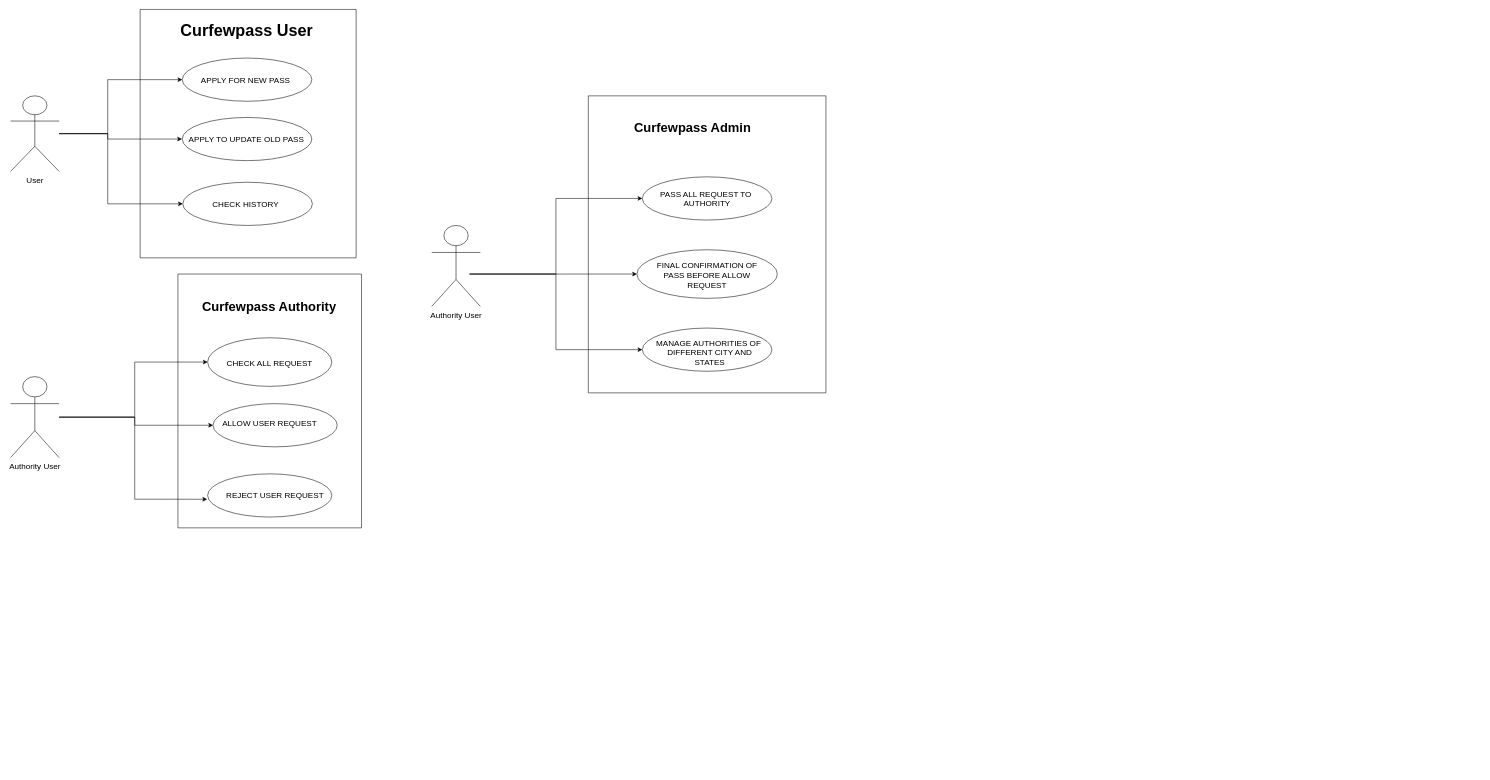
The draw.io diagram curfewpass-use-case-model.drawio in rahulvermafreelancer/curfewpass-django, before the edit. Source tidied: cells renumbered, new cells numbered last; positions are measured from the earlier drawing's top-left corner, leaving out a move shared by most shapes. Both pictures are drawn from the tidied source at 54%, with x=0, y=0 at pixel (10, 9).
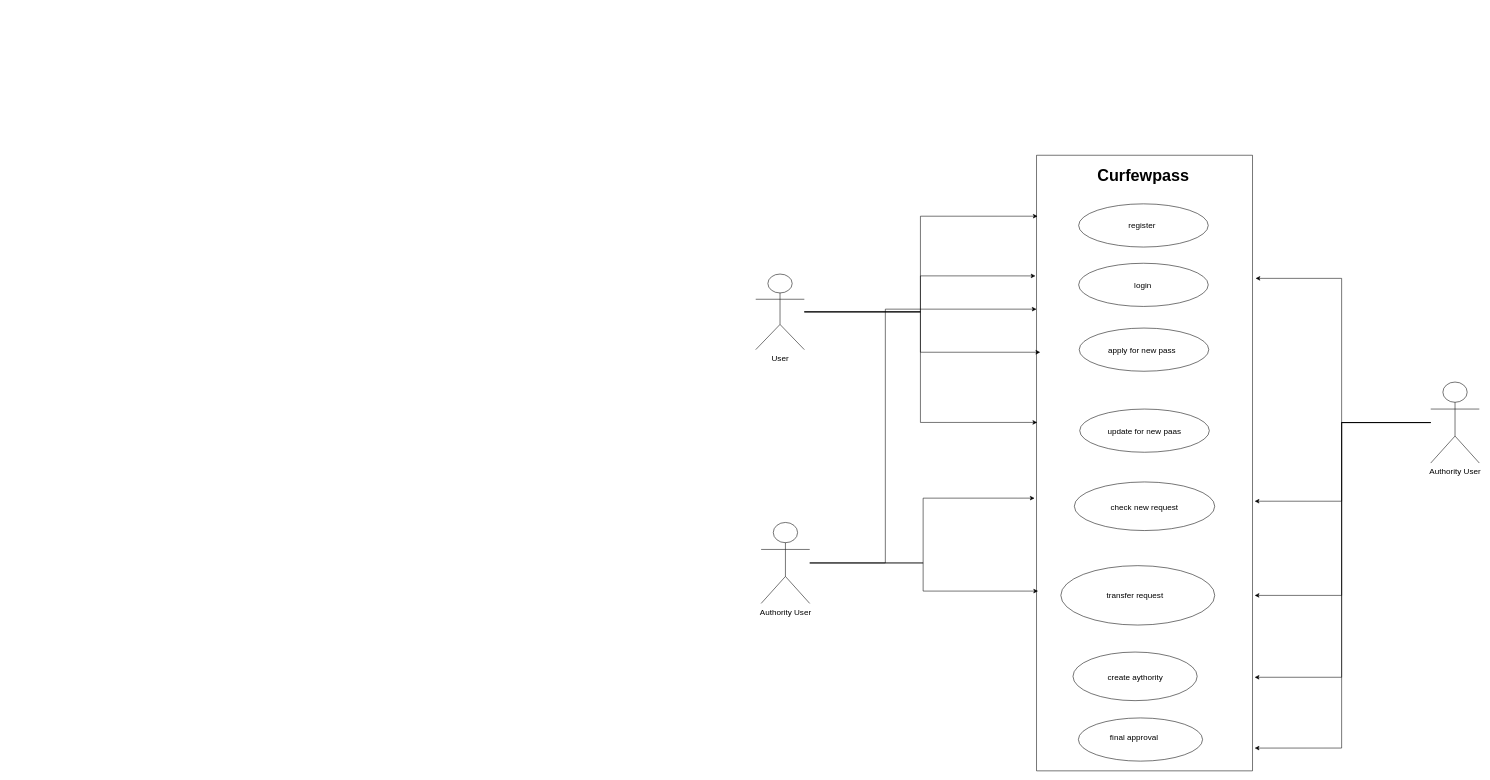
Above is the later version.

Unchanged cells that the change refers to:
```xml
<mxCell id="8" style="ellipse;whiteSpace=wrap;html=1;fontSize=15;" parent="6" vertex="1">
  <mxGeometry x="78" y="90" width="240" height="80" as="geometry" />
</mxCell>
<mxCell id="10" style="ellipse;whiteSpace=wrap;html=1;fontSize=15;" parent="6" vertex="1">
  <mxGeometry x="79" y="320" width="240" height="80" as="geometry" />
</mxCell>
```

Change to the diagram source:
```diff
@@
-    <mxCell id="2" style="edgeStyle=orthogonalEdgeStyle;rounded=0;jettySize=auto;html=1;fontSize=15;entryX=0;entryY=0.5;entryDx=0;entryDy=0;" parent="1" edge="1" source="5" target="8">
-      <mxGeometry relative="1" as="geometry">
-        <Array as="points">
-          <mxPoint x="180" y="230" />
-          <mxPoint x="180" y="130" />
-        </Array>
-      </mxGeometry>
-    </mxCell>
-    <mxCell id="3" style="edgeStyle=orthogonalEdgeStyle;rounded=0;jettySize=auto;html=1;fontSize=15;" parent="1" edge="1" source="5" target="12">
-      <mxGeometry relative="1" as="geometry">
-        <Array as="points">
-          <mxPoint x="180" y="230" />
-          <mxPoint x="180" y="240" />
-        </Array>
-      </mxGeometry>
-    </mxCell>
-    <mxCell id="4" style="edgeStyle=orthogonalEdgeStyle;rounded=0;jettySize=auto;html=1;fontSize=15;entryX=0;entryY=0.5;entryDx=0;entryDy=0;" parent="1" edge="1" source="5" target="10">
-      <mxGeometry relative="1" as="geometry">
-        <Array as="points">
-          <mxPoint x="180" y="230" />
-          <mxPoint x="180" y="360" />
-        </Array>
-      </mxGeometry>
-    </mxCell>
+    <mxCell id="39" style="edgeStyle=orthogonalEdgeStyle;rounded=0;jettySize=auto;html=1;entryX=0.005;entryY=0.099;entryDx=0;entryDy=0;entryPerimeter=0;" parent="1" edge="1" source="5" target="6">
+      <mxGeometry relative="1" as="geometry" />
+    </mxCell>
+    <mxCell id="40" style="edgeStyle=orthogonalEdgeStyle;rounded=0;jettySize=auto;html=1;entryX=-0.005;entryY=0.196;entryDx=0;entryDy=0;entryPerimeter=0;" parent="1" edge="1" source="5" target="6">
+      <mxGeometry relative="1" as="geometry" />
+    </mxCell>
+    <mxCell id="41" style="edgeStyle=orthogonalEdgeStyle;rounded=0;jettySize=auto;html=1;entryX=0.017;entryY=0.32;entryDx=0;entryDy=0;entryPerimeter=0;" parent="1" edge="1" source="5" target="6">
+      <mxGeometry relative="1" as="geometry" />
+    </mxCell>
+    <mxCell id="42" style="edgeStyle=orthogonalEdgeStyle;rounded=0;jettySize=auto;html=1;entryX=0.003;entryY=0.434;entryDx=0;entryDy=0;entryPerimeter=0;" parent="1" edge="1" source="5" target="6">
+      <mxGeometry relative="1" as="geometry" />
+    </mxCell>
     <mxCell id="5" value="&lt;div style=&quot;text-align: justify&quot;&gt;&lt;span style=&quot;font-size: 15px&quot;&gt;User&lt;/span&gt;&lt;/div&gt;" style="shape=umlActor;verticalLabelPosition=bottom;verticalAlign=top;html=1;outlineConnect=0;" parent="1" vertex="1">
-      <mxGeometry y="160" width="90" height="140" as="geometry" />
+      <mxGeometry x="1380" y="490" width="90" height="140" as="geometry" />
     </mxCell>
     <mxCell id="6" style="swimlane;startSize=0;fontSize=15;" parent="1" vertex="1">
-      <mxGeometry x="240" width="400" height="460" as="geometry" />
+      <mxGeometry x="1900" y="270" width="400" height="1140" as="geometry" />
     </mxCell>
-    <mxCell id="7" value="&lt;h1&gt;Curfewpass User&lt;/h1&gt;" style="text;html=1;strokeColor=none;fillColor=none;spacing=5;spacingTop=-20;whiteSpace=wrap;overflow=hidden;rounded=0;fontSize=15;" parent="6" vertex="1">
-      <mxGeometry x="70" y="11" width="330" height="60" as="geometry" />
+    <mxCell id="7" value="&lt;h1&gt;Curfewpass&lt;/h1&gt;" style="text;html=1;strokeColor=none;fillColor=none;spacing=5;spacingTop=-20;whiteSpace=wrap;overflow=hidden;rounded=0;fontSize=15;" parent="6" vertex="1">
+      <mxGeometry x="107.5" y="11" width="202.5" height="60" as="geometry" />
     </mxCell>
@@
-    <mxCell id="11" value="APPLY FOR NEW PASS" style="text;html=1;strokeColor=none;fillColor=none;align=center;verticalAlign=middle;whiteSpace=wrap;rounded=0;fontSize=15;" parent="6" vertex="1">
+    <mxCell id="11" value="register" style="text;html=1;strokeColor=none;fillColor=none;align=center;verticalAlign=middle;whiteSpace=wrap;rounded=0;fontSize=15;" parent="6" vertex="1">
       <mxGeometry x="107.5" y="115" width="175" height="30" as="geometry" />
     </mxCell>
-    <mxCell id="12" value="APPLY TO UPDATE OLD PASS" style="text;html=1;strokeColor=none;fillColor=none;align=center;verticalAlign=middle;whiteSpace=wrap;rounded=0;fontSize=15;" parent="6" vertex="1">
+    <mxCell id="12" value="login" style="text;html=1;strokeColor=none;fillColor=none;align=center;verticalAlign=middle;whiteSpace=wrap;rounded=0;fontSize=15;" parent="6" vertex="1">
       <mxGeometry x="77.5" y="225" width="237.5" height="30" as="geometry" />
     </mxCell>
-    <mxCell id="13" value="CHECK HISTORY" style="text;html=1;strokeColor=none;fillColor=none;align=center;verticalAlign=middle;whiteSpace=wrap;rounded=0;fontSize=15;" parent="6" vertex="1">
+    <mxCell id="13" value="apply for new pass" style="text;html=1;strokeColor=none;fillColor=none;align=center;verticalAlign=middle;whiteSpace=wrap;rounded=0;fontSize=15;" parent="6" vertex="1">
       <mxGeometry x="122.5" y="345" width="145" height="30" as="geometry" />
     </mxCell>
-    <mxCell id="14" style="edgeStyle=orthogonalEdgeStyle;rounded=0;jettySize=auto;html=1;fontSize=12;entryX=0;entryY=0.5;entryDx=0;entryDy=0;" parent="1" edge="1" source="17" target="19">
-      <mxGeometry relative="1" as="geometry">
-        <Array as="points">
-          <mxPoint x="230" y="755" />
-          <mxPoint x="230" y="653" />
-        </Array>
-      </mxGeometry>
-    </mxCell>
-    <mxCell id="15" style="edgeStyle=orthogonalEdgeStyle;rounded=0;jettySize=auto;html=1;fontSize=12;entryX=0;entryY=0.5;entryDx=0;entryDy=0;" parent="1" edge="1" source="17" target="21">
-      <mxGeometry relative="1" as="geometry">
-        <Array as="points">
-          <mxPoint x="230" y="755" />
-          <mxPoint x="230" y="770" />
-        </Array>
-      </mxGeometry>
-    </mxCell>
-    <mxCell id="16" style="edgeStyle=orthogonalEdgeStyle;rounded=0;jettySize=auto;html=1;entryX=-0.004;entryY=0.588;entryDx=0;entryDy=0;entryPerimeter=0;fontSize=12;" parent="1" edge="1" source="17" target="20">
-      <mxGeometry relative="1" as="geometry">
-        <Array as="points">
-          <mxPoint x="230" y="755" />
-          <mxPoint x="230" y="907" />
-        </Array>
-      </mxGeometry>
-    </mxCell>
-    <mxCell id="17" value="Authority User" style="shape=umlActor;verticalLabelPosition=bottom;verticalAlign=top;html=1;outlineConnect=0;fontSize=15;" parent="1" vertex="1">
-      <mxGeometry y="680" width="90" height="150" as="geometry" />
-    </mxCell>
-    <mxCell id="18" style="swimlane;startSize=0;fontSize=15;" parent="1" vertex="1">
-      <mxGeometry x="310" y="490" width="340" height="470" as="geometry" />
-    </mxCell>
+    <mxCell id="31" style="ellipse;whiteSpace=wrap;html=1;fontSize=15;" parent="6" vertex="1">
+      <mxGeometry x="80" y="470" width="240" height="80" as="geometry" />
+    </mxCell>
+    <mxCell id="32" style="ellipse;whiteSpace=wrap;html=1;fontSize=15;" parent="6" vertex="1">
+      <mxGeometry x="70" y="605" width="260" height="90" as="geometry" />
+    </mxCell>
+    <mxCell id="35" value="update for new paas" style="text;html=1;strokeColor=none;fillColor=none;align=center;verticalAlign=middle;whiteSpace=wrap;rounded=0;fontSize=15;" parent="6" vertex="1">
+      <mxGeometry x="95" y="482.5" width="210" height="55" as="geometry" />
+    </mxCell>
+    <mxCell id="36" value="check new request" style="text;html=1;strokeColor=none;fillColor=none;align=center;verticalAlign=middle;whiteSpace=wrap;rounded=0;fontSize=15;" parent="6" vertex="1">
+      <mxGeometry x="95" y="623" width="210" height="57" as="geometry" />
+    </mxCell>
+    <mxCell id="33" style="ellipse;whiteSpace=wrap;html=1;fontSize=15;" parent="6" vertex="1">
+      <mxGeometry x="45" y="760" width="285" height="110" as="geometry" />
+    </mxCell>
+    <mxCell id="37" value="transfer request" style="text;html=1;strokeColor=none;fillColor=none;align=center;verticalAlign=middle;whiteSpace=wrap;rounded=0;fontSize=15;" parent="6" vertex="1">
+      <mxGeometry x="60" y="800" width="245" height="30" as="geometry" />
+    </mxCell>
-    <mxCell id="19" style="ellipse;whiteSpace=wrap;html=1;fontSize=15;" parent="18" vertex="1">
-      <mxGeometry x="55" y="118" width="230" height="90" as="geometry" />
+    <mxCell id="19" style="ellipse;whiteSpace=wrap;html=1;fontSize=15;" parent="6" vertex="1">
+      <mxGeometry x="67.5" y="920" width="230" height="90" as="geometry" />
     </mxCell>
-    <mxCell id="20" style="ellipse;whiteSpace=wrap;html=1;fontSize=15;" parent="18" vertex="1">
-      <mxGeometry x="55" y="370" width="230" height="80" as="geometry" />
-    </mxCell>
-    <mxCell id="21" style="ellipse;whiteSpace=wrap;html=1;fontSize=15;" parent="18" vertex="1">
-      <mxGeometry x="65" y="240" width="230" height="80" as="geometry" />
+    <mxCell id="21" style="ellipse;whiteSpace=wrap;html=1;fontSize=15;" parent="6" vertex="1">
+      <mxGeometry x="77.5" y="1042" width="230" height="80" as="geometry" />
     </mxCell>
-    <mxCell id="22" value="&lt;h1&gt;&lt;font style=&quot;font-size: 24px&quot;&gt;Curfewpass Authority&lt;/font&gt;&lt;/h1&gt;" style="text;html=1;strokeColor=none;fillColor=none;spacing=5;spacingTop=-20;whiteSpace=wrap;overflow=hidden;rounded=0;fontSize=15;" parent="18" vertex="1">
-      <mxGeometry x="40" y="30" width="330" height="80" as="geometry" />
-    </mxCell>
-    <mxCell id="23" value="CHECK ALL REQUEST" style="text;html=1;strokeColor=none;fillColor=none;align=center;verticalAlign=middle;whiteSpace=wrap;rounded=0;fontSize=15;" parent="18" vertex="1">
-      <mxGeometry x="65" y="150" width="210" height="30" as="geometry" />
+    <mxCell id="23" value="create aythority" style="text;html=1;strokeColor=none;fillColor=none;align=center;verticalAlign=middle;whiteSpace=wrap;rounded=0;fontSize=15;" parent="6" vertex="1">
+      <mxGeometry x="77.5" y="952" width="210" height="30" as="geometry" />
     </mxCell>
-    <mxCell id="24" value="ALLOW USER REQUEST" style="text;html=1;strokeColor=none;fillColor=none;align=center;verticalAlign=middle;whiteSpace=wrap;rounded=0;fontSize=15;" parent="18" vertex="1">
-      <mxGeometry x="65" y="260" width="210" height="30" as="geometry" />
+    <mxCell id="24" value="final approval&amp;nbsp;" style="text;html=1;strokeColor=none;fillColor=none;align=center;verticalAlign=middle;whiteSpace=wrap;rounded=0;fontSize=15;" parent="6" vertex="1">
+      <mxGeometry x="77.5" y="1062" width="210" height="30" as="geometry" />
     </mxCell>
-    <mxCell id="25" value="REJECT USER REQUEST" style="text;html=1;strokeColor=none;fillColor=none;align=center;verticalAlign=middle;whiteSpace=wrap;rounded=0;fontSize=15;" parent="18" vertex="1">
-      <mxGeometry x="75" y="395" width="210" height="30" as="geometry" />
-    </mxCell>
-    <mxCell id="26" style="edgeStyle=orthogonalEdgeStyle;rounded=0;jettySize=auto;html=1;entryX=0;entryY=0.5;entryDx=0;entryDy=0;fontSize=12;" parent="1" edge="1" target="31">
-      <mxGeometry relative="1" as="geometry">
-        <mxPoint x="850" y="490" as="sourcePoint" />
-        <Array as="points">
-          <mxPoint x="1010" y="490" />
-          <mxPoint x="1010" y="350" />
-        </Array>
-      </mxGeometry>
-    </mxCell>
-    <mxCell id="27" style="edgeStyle=orthogonalEdgeStyle;rounded=0;jettySize=auto;html=1;fontSize=12;entryX=0;entryY=0.5;entryDx=0;entryDy=0;" parent="1" edge="1" target="32">
-      <mxGeometry relative="1" as="geometry">
-        <mxPoint x="850" y="490" as="sourcePoint" />
-        <Array as="points">
-          <mxPoint x="1020" y="490" />
-          <mxPoint x="1020" y="490" />
-        </Array>
-      </mxGeometry>
-    </mxCell>
-    <mxCell id="28" style="edgeStyle=orthogonalEdgeStyle;rounded=0;jettySize=auto;html=1;entryX=0;entryY=0.5;entryDx=0;entryDy=0;fontSize=12;" parent="1" edge="1" target="33">
-      <mxGeometry relative="1" as="geometry">
-        <mxPoint x="850" y="490" as="sourcePoint" />
-        <Array as="points">
-          <mxPoint x="1010" y="490" />
-          <mxPoint x="1010" y="630" />
-        </Array>
-      </mxGeometry>
-    </mxCell>
+    <mxCell id="43" style="edgeStyle=orthogonalEdgeStyle;rounded=0;jettySize=auto;html=1;entryX=-0.009;entryY=0.557;entryDx=0;entryDy=0;entryPerimeter=0;" parent="1" edge="1" source="17" target="6">
+      <mxGeometry relative="1" as="geometry" />
+    </mxCell>
+    <mxCell id="44" style="edgeStyle=orthogonalEdgeStyle;rounded=0;jettySize=auto;html=1;entryX=0.007;entryY=0.708;entryDx=0;entryDy=0;entryPerimeter=0;" parent="1" edge="1" source="17" target="6">
+      <mxGeometry relative="1" as="geometry" />
+    </mxCell>
+    <mxCell id="45" style="edgeStyle=orthogonalEdgeStyle;rounded=0;jettySize=auto;html=1;entryX=0;entryY=0.25;entryDx=0;entryDy=0;" parent="1" edge="1" source="17" target="6">
+      <mxGeometry relative="1" as="geometry">
+        <Array as="points">
+          <mxPoint x="1620" y="1025" />
+          <mxPoint x="1620" y="555" />
+        </Array>
+      </mxGeometry>
+    </mxCell>
+    <mxCell id="17" value="Authority User" style="shape=umlActor;verticalLabelPosition=bottom;verticalAlign=top;html=1;outlineConnect=0;fontSize=15;" parent="1" vertex="1">
+      <mxGeometry x="1390" y="950" width="90" height="150" as="geometry" />
+    </mxCell>
+    <mxCell id="46" style="edgeStyle=orthogonalEdgeStyle;rounded=0;jettySize=auto;html=1;entryX=1.014;entryY=0.2;entryDx=0;entryDy=0;entryPerimeter=0;" parent="1" edge="1" source="29" target="6">
+      <mxGeometry relative="1" as="geometry" />
+    </mxCell>
+    <mxCell id="47" style="edgeStyle=orthogonalEdgeStyle;rounded=0;jettySize=auto;html=1;entryX=1.01;entryY=0.562;entryDx=0;entryDy=0;entryPerimeter=0;" parent="1" edge="1" source="29" target="6">
+      <mxGeometry relative="1" as="geometry" />
+    </mxCell>
+    <mxCell id="48" style="edgeStyle=orthogonalEdgeStyle;rounded=0;jettySize=auto;html=1;entryX=1.01;entryY=0.715;entryDx=0;entryDy=0;entryPerimeter=0;" parent="1" edge="1" source="29" target="6">
+      <mxGeometry relative="1" as="geometry" />
+    </mxCell>
+    <mxCell id="49" style="edgeStyle=orthogonalEdgeStyle;rounded=0;jettySize=auto;html=1;entryX=1.01;entryY=0.848;entryDx=0;entryDy=0;entryPerimeter=0;" parent="1" edge="1" source="29" target="6">
+      <mxGeometry relative="1" as="geometry" />
+    </mxCell>
+    <mxCell id="50" style="edgeStyle=orthogonalEdgeStyle;rounded=0;jettySize=auto;html=1;entryX=1.01;entryY=0.963;entryDx=0;entryDy=0;entryPerimeter=0;" parent="1" edge="1" source="29" target="6">
+      <mxGeometry relative="1" as="geometry" />
+    </mxCell>
     <mxCell id="29" value="Authority User" style="shape=umlActor;verticalLabelPosition=bottom;verticalAlign=top;html=1;outlineConnect=0;fontSize=15;" parent="1" vertex="1">
-      <mxGeometry x="780" y="400" width="90" height="150" as="geometry" />
+      <mxGeometry x="2630" y="690" width="90" height="150" as="geometry" />
     </mxCell>
-    <mxCell id="30" style="swimlane;startSize=0;fontSize=12;" parent="1" vertex="1">
-      <mxGeometry x="1070" y="160" width="440" height="550" as="geometry" />
-    </mxCell>
-    <mxCell id="31" style="ellipse;whiteSpace=wrap;html=1;fontSize=15;" parent="30" vertex="1">
-      <mxGeometry x="100" y="150" width="240" height="80" as="geometry" />
-    </mxCell>
-    <mxCell id="32" style="ellipse;whiteSpace=wrap;html=1;fontSize=15;" parent="30" vertex="1">
-      <mxGeometry x="90" y="285" width="260" height="90" as="geometry" />
-    </mxCell>
-    <mxCell id="33" style="ellipse;whiteSpace=wrap;html=1;fontSize=15;" parent="30" vertex="1">
-      <mxGeometry x="100" y="430" width="240" height="80" as="geometry" />
-    </mxCell>
-    <mxCell id="34" value="&lt;h1&gt;&lt;font style=&quot;font-size: 24px&quot;&gt;Curfewpass Admin&lt;/font&gt;&lt;/h1&gt;" style="text;html=1;strokeColor=none;fillColor=none;spacing=5;spacingTop=-20;whiteSpace=wrap;overflow=hidden;rounded=0;fontSize=15;" parent="30" vertex="1">
-      <mxGeometry x="80" y="30" width="330" height="80" as="geometry" />
-    </mxCell>
-    <mxCell id="35" value="PASS ALL REQUEST TO&amp;nbsp;&lt;br&gt;AUTHORITY" style="text;html=1;strokeColor=none;fillColor=none;align=center;verticalAlign=middle;whiteSpace=wrap;rounded=0;fontSize=15;" parent="30" vertex="1">
-      <mxGeometry x="115" y="162.5" width="210" height="55" as="geometry" />
-    </mxCell>
-    <mxCell id="36" value="FINAL CONFIRMATION OF PASS BEFORE ALLOW REQUEST" style="text;html=1;strokeColor=none;fillColor=none;align=center;verticalAlign=middle;whiteSpace=wrap;rounded=0;fontSize=15;" parent="30" vertex="1">
-      <mxGeometry x="115" y="303" width="210" height="57" as="geometry" />
-    </mxCell>
-    <mxCell id="37" value="MANAGE AUTHORITIES OF&amp;nbsp;&lt;br&gt;DIFFERENT CITY AND STATES" style="text;html=1;strokeColor=none;fillColor=none;align=center;verticalAlign=middle;whiteSpace=wrap;rounded=0;fontSize=15;" parent="30" vertex="1">
-      <mxGeometry x="120" y="440" width="210" height="70" as="geometry" />
-    </mxCell>
-    <mxCell id="38" style="edgeStyle=orthogonalEdgeStyle;rounded=0;jettySize=auto;html=1;exitX=0;exitY=0.5;exitDx=0;exitDy=0;" parent="1" edge="1" source="10">
-      <mxGeometry relative="1" as="geometry">
-        <mxPoint x="318.9" y="360" as="targetPoint" />
-      </mxGeometry>
-    </mxCell>
```
